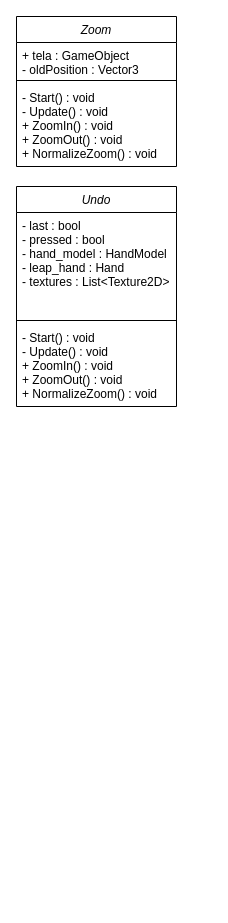
This is Documentazione/class_diagram_2.drawio from LuMug/VirtualPainter, a draw.io file, before an edit. Source tidied: cells renumbered, new cells numbered last; positions are measured from the earlier drawing's top-left corner, leaving out a move shared by most shapes. Both pictures are drawn from the tidied source at 100%, with x=0, y=0 at pixel (16, 16).
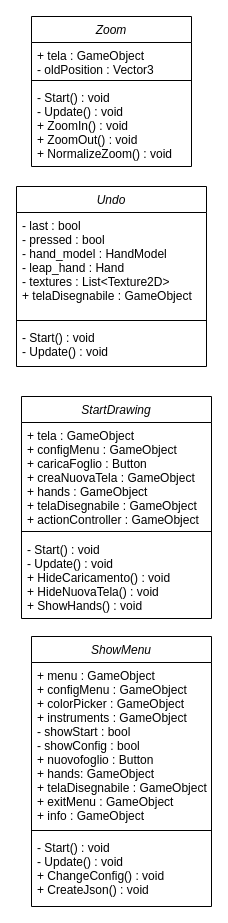
The same page after the edit.

What changed in the source:
```diff
@@
 <mxGraphModel>
   <root>
     <mxCell id="0" />
     <mxCell id="1" parent="0" />
     <mxCell id="2" value="Zoom" style="swimlane;fontStyle=2;align=center;verticalAlign=top;horizontal=1;startSize=26;rounded=0;shadow=0;strokeWidth=1;" parent="1" vertex="1">
-      <mxGeometry width="160" height="150" as="geometry" />
+      <mxGeometry x="15" width="160" height="150" as="geometry" />
     </mxCell>
     <mxCell id="3" value="+ tela : GameObject&#10;- oldPosition : Vector3 " style="text;align=left;verticalAlign=top;spacingLeft=4;spacingRight=4;overflow=hidden;" parent="2" vertex="1">
       <mxGeometry y="26" width="160" height="34" as="geometry" />
     </mxCell>
     <mxCell id="4" style="line;html=1;strokeWidth=1;align=left;verticalAlign=middle;spacingTop=-1;spacingLeft=3;spacingRight=3;labelPosition=right;" parent="2" vertex="1">
       <mxGeometry y="60" width="160" height="8" as="geometry" />
     </mxCell>
     <mxCell id="5" value="- Start() : void&#10;- Update() : void&#10;+ ZoomIn() : void&#10;+ ZoomOut() : void&#10;+ NormalizeZoom() : void" style="text;align=left;verticalAlign=top;spacingLeft=4;spacingRight=4;overflow=hidden;" parent="2" vertex="1">
       <mxGeometry y="68" width="160" height="82" as="geometry" />
     </mxCell>
     <mxCell id="6" value="Undo" style="swimlane;fontStyle=2;align=center;verticalAlign=top;horizontal=1;startSize=26;rounded=0;shadow=0;strokeWidth=1;" parent="1" vertex="1">
-      <mxGeometry y="170" width="160" height="220" as="geometry" />
+      <mxGeometry y="170" width="190" height="180" as="geometry" />
     </mxCell>
-    <mxCell id="7" value="- last : bool&#10;- pressed : bool&#10;- hand_model : HandModel&#10;- leap_hand : Hand&#10;- textures : List&lt;Texture2D&gt;" style="text;align=left;verticalAlign=top;spacingLeft=4;spacingRight=4;overflow=hidden;" parent="6" vertex="1">
-      <mxGeometry y="26" width="160" height="104" as="geometry" />
+    <mxCell id="7" value="- last : bool&#10;- pressed : bool&#10;- hand_model : HandModel&#10;- leap_hand : Hand&#10;- textures : List&lt;Texture2D&gt;&#10;+ telaDisegnabile : GameObject" style="text;align=left;verticalAlign=top;spacingLeft=4;spacingRight=4;overflow=hidden;" parent="6" vertex="1">
+      <mxGeometry y="26" width="190" height="104" as="geometry" />
     </mxCell>
     <mxCell id="8" style="line;html=1;strokeWidth=1;align=left;verticalAlign=middle;spacingTop=-1;spacingLeft=3;spacingRight=3;labelPosition=right;" parent="6" vertex="1">
-      <mxGeometry y="130" width="160" height="8" as="geometry" />
+      <mxGeometry y="130" width="190" height="8" as="geometry" />
     </mxCell>
-    <mxCell id="9" value="- Start() : void&#10;- Update() : void&#10;+ ZoomIn() : void&#10;+ ZoomOut() : void&#10;+ NormalizeZoom() : void" style="text;align=left;verticalAlign=top;spacingLeft=4;spacingRight=4;overflow=hidden;" parent="6" vertex="1">
-      <mxGeometry y="138" width="160" height="82" as="geometry" />
+    <mxCell id="9" value="- Start() : void&#10;- Update() : void" style="text;align=left;verticalAlign=top;spacingLeft=4;spacingRight=4;overflow=hidden;" parent="6" vertex="1">
+      <mxGeometry y="138" width="190" height="42" as="geometry" />
     </mxCell>
+    <mxCell id="10" value="StartDrawing" style="swimlane;fontStyle=2;align=center;verticalAlign=top;horizontal=1;startSize=26;rounded=0;shadow=0;strokeWidth=1;" parent="1" vertex="1">
+      <mxGeometry x="5" y="380" width="190" height="222" as="geometry" />
+    </mxCell>
+    <mxCell id="11" value="+ tela : GameObject&#10;+ configMenu : GameObject&#10;+ caricaFoglio : Button&#10;+ creaNuovaTela : GameObject&#10;+ hands : GameObject&#10;+ telaDisegnabile : GameObject&#10;+ actionController : GameObject&#10;" style="text;align=left;verticalAlign=top;spacingLeft=4;spacingRight=4;overflow=hidden;" parent="10" vertex="1">
+      <mxGeometry y="26" width="190" height="104" as="geometry" />
+    </mxCell>
+    <mxCell id="12" style="line;html=1;strokeWidth=1;align=left;verticalAlign=middle;spacingTop=-1;spacingLeft=3;spacingRight=3;labelPosition=right;" parent="10" vertex="1">
+      <mxGeometry y="130" width="190" height="10" as="geometry" />
+    </mxCell>
+    <mxCell id="13" value="- Start() : void&#10;- Update() : void&#10;+ HideCaricamento() : void&#10;+ HideNuovaTela() : void&#10;+ ShowHands() : void" style="text;align=left;verticalAlign=top;spacingLeft=4;spacingRight=4;overflow=hidden;" parent="10" vertex="1">
+      <mxGeometry y="140" width="190" height="82" as="geometry" />
+    </mxCell>
+    <mxCell id="14" value="ShowMenu" style="swimlane;fontStyle=2;align=center;verticalAlign=top;horizontal=1;startSize=26;rounded=0;shadow=0;strokeWidth=1;" parent="1" vertex="1">
+      <mxGeometry x="15" y="620" width="180" height="270" as="geometry" />
+    </mxCell>
+    <mxCell id="15" value="+ menu : GameObject&#10;+ configMenu : GameObject&#10;+ colorPicker : GameObject&#10;+ instruments : GameObject&#10;- showStart : bool&#10;- showConfig : bool&#10;+ nuovofoglio : Button&#10;+ hands: GameObject&#10;+ telaDisegnabile : GameObject&#10;+ exitMenu : GameObject&#10;+ info : GameObject" style="text;align=left;verticalAlign=top;spacingLeft=4;spacingRight=4;overflow=hidden;" parent="14" vertex="1">
+      <mxGeometry y="26" width="180" height="164" as="geometry" />
+    </mxCell>
+    <mxCell id="16" style="line;html=1;strokeWidth=1;align=left;verticalAlign=middle;spacingTop=-1;spacingLeft=3;spacingRight=3;labelPosition=right;" parent="14" vertex="1">
+      <mxGeometry y="190" width="180" height="8" as="geometry" />
+    </mxCell>
+    <mxCell id="17" value="- Start() : void&#10;- Update() : void&#10;+ ChangeConfig() : void&#10;+ CreateJson() : void" style="text;align=left;verticalAlign=top;spacingLeft=4;spacingRight=4;overflow=hidden;" parent="14" vertex="1">
+      <mxGeometry y="198" width="180" height="72" as="geometry" />
+    </mxCell>
   </root>
 </mxGraphModel>
```
